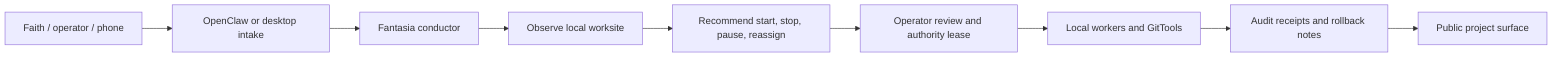
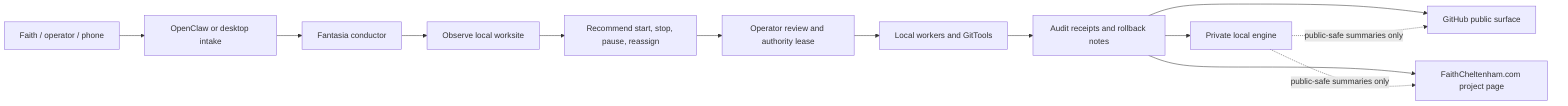

flowchart LR
  User["Faith / operator / phone"] --> Intake["OpenClaw or desktop intake"]
  Intake --> Fantasia["Fantasia conductor"]
  Fantasia --> Observe["Observe local worksite"]
  Observe --> Recommend["Recommend start, stop, pause, reassign"]
  Recommend --> Review["Operator review and authority lease"]
  Review --> Workers["Local workers and GitTools"]
  Workers --> Receipts["Audit receipts and rollback notes"]
-   Receipts --> Public["Public project surface"]
+   Receipts --> Private["Private local engine"]
+   Receipts --> Github["GitHub public surface"]
+   Receipts --> Wordpress["FaithCheltenham.com project page"]
+   Private -. public-safe summaries only .-> Github
+   Private -. public-safe summaries only .-> Wordpress
